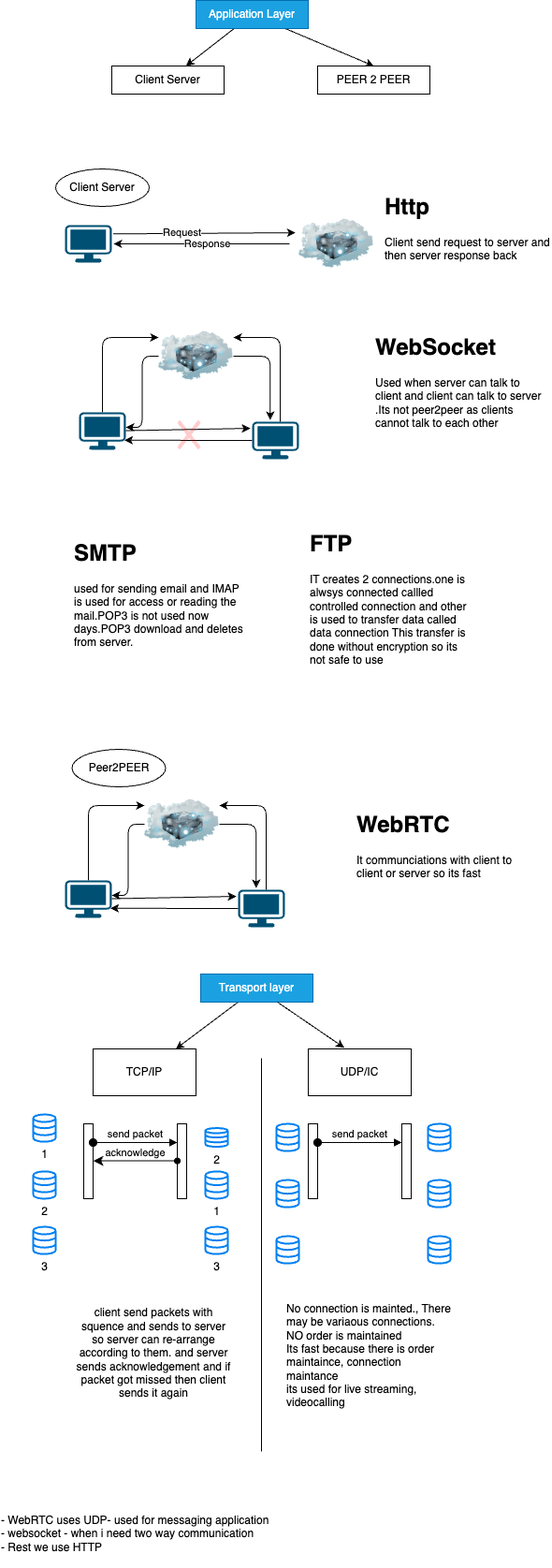
Before: drawio/HLD/networklayer.drawio.png, a diagram exported from draw.io (vishalguptahmh/programmingInterviewQuestions). Source tidied: cells renumbered, new cells last; positions are measured from the earlier drawing's top-left corner, leaving out a move shared by most shapes.
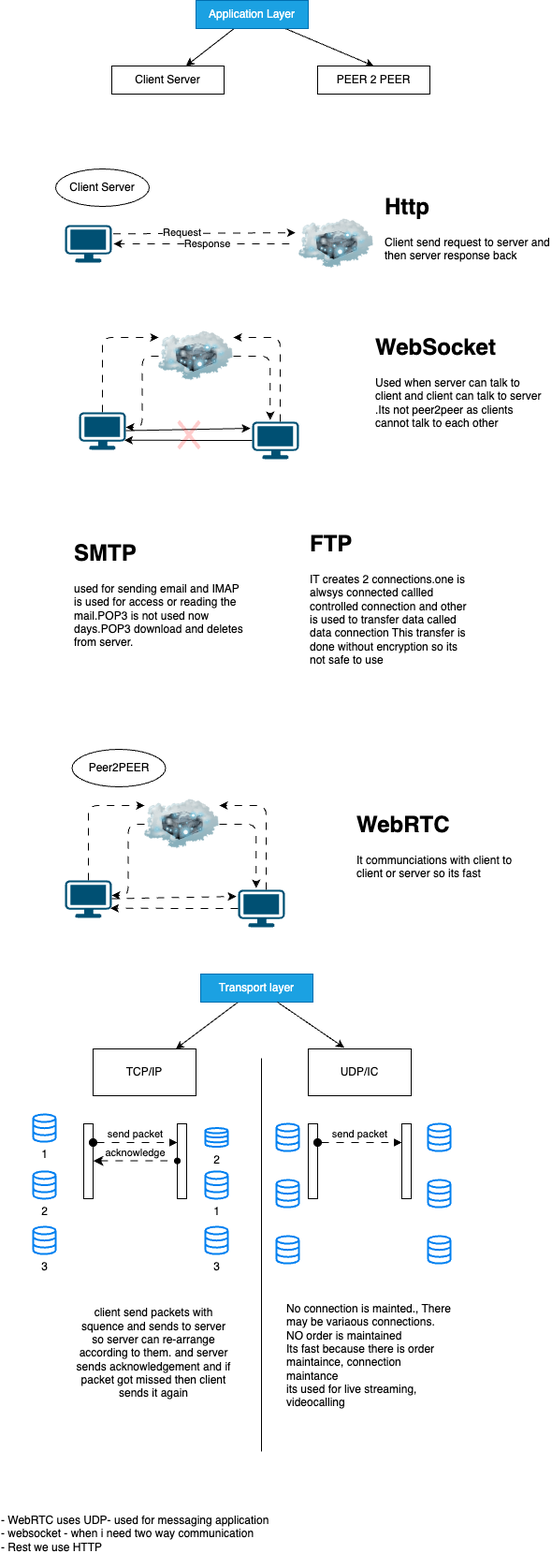
Above is the later version.

Commit message:
system flow

The edit, as a diff of the source:
```diff
@@ -8,13 +8,13 @@
     <mxCell id="3" style="image;html=1;image=img/lib/clip_art/networking/Cloud_Server_128x128.png;" parent="1" vertex="1">
       <mxGeometry x="320" y="220" width="80" height="80" as="geometry" />
     </mxCell>
-    <mxCell id="4" style="edgeStyle=none;html=1;entryX=-0.045;entryY=0.351;entryDx=0;entryDy=0;exitX=1.031;exitY=0.234;exitDx=0;exitDy=0;exitPerimeter=0;entryPerimeter=0;" parent="1" edge="1" source="2" target="3">
+    <mxCell id="4" style="edgeStyle=none;html=1;entryX=-0.045;entryY=0.351;entryDx=0;entryDy=0;exitX=1.031;exitY=0.234;exitDx=0;exitDy=0;exitPerimeter=0;entryPerimeter=0;flowAnimation=1;" parent="1" edge="1" source="2" target="3">
       <mxGeometry relative="1" as="geometry" />
     </mxCell>
     <mxCell id="5" value="Request" style="edgeLabel;html=1;align=center;verticalAlign=middle;" parent="4" vertex="1">
       <mxGeometry x="-0.25" y="1" relative="1" as="geometry" />
     </mxCell>
-    <mxCell id="6" style="edgeStyle=none;html=1;" parent="1" edge="1">
+    <mxCell id="6" style="edgeStyle=none;html=1;flowAnimation=1;" parent="1" edge="1">
       <mxGeometry relative="1" as="geometry">
         <mxPoint x="310" y="260" as="sourcePoint" />
         <mxPoint x="122" y="260" as="targetPoint" />
@@ -26,13 +26,13 @@
     <mxCell id="8" value="Client Server" style="ellipse;whiteSpace=wrap;html=1;align=center;newEdgeStyle={&quot;edgeStyle&quot;:&quot;entityRelationEdgeStyle&quot;,&quot;startArrow&quot;:&quot;none&quot;,&quot;endArrow&quot;:&quot;none&quot;,&quot;segment&quot;:10,&quot;curved&quot;:1,&quot;sourcePerimeterSpacing&quot;:0,&quot;targetPerimeterSpacing&quot;:0};" parent="1" vertex="1">
       <mxGeometry x="60" y="180" width="100" height="40" as="geometry" />
     </mxCell>
-    <mxCell id="9" style="edgeStyle=orthogonalEdgeStyle;html=1;entryX=0;entryY=0.25;entryDx=0;entryDy=0;exitX=0.5;exitY=0;exitDx=0;exitDy=0;exitPerimeter=0;" parent="1" edge="1" source="10" target="12">
+    <mxCell id="9" style="edgeStyle=orthogonalEdgeStyle;html=1;entryX=0;entryY=0.25;entryDx=0;entryDy=0;exitX=0.5;exitY=0;exitDx=0;exitDy=0;exitPerimeter=0;flowAnimation=1;" parent="1" edge="1" source="10" target="12">
       <mxGeometry relative="1" as="geometry" />
     </mxCell>
     <mxCell id="10" style="points=[[0.03,0.03,0],[0.5,0,0],[0.97,0.03,0],[1,0.4,0],[0.97,0.745,0],[0.5,1,0],[0.03,0.745,0],[0,0.4,0]];verticalLabelPosition=bottom;sketch=0;html=1;verticalAlign=top;align=center;shape=mxgraph.cisco19.workstation;fillColor=#005073;strokeColor=none;" parent="1" vertex="1">
       <mxGeometry x="85" y="440" width="50" height="40" as="geometry" />
     </mxCell>
-    <mxCell id="11" style="edgeStyle=orthogonalEdgeStyle;html=1;entryX=1;entryY=0.4;entryDx=0;entryDy=0;entryPerimeter=0;" parent="1" edge="1" source="12" target="10">
+    <mxCell id="11" style="edgeStyle=orthogonalEdgeStyle;html=1;entryX=1;entryY=0.4;entryDx=0;entryDy=0;entryPerimeter=0;flowAnimation=1;" parent="1" edge="1" source="12" target="10">
       <mxGeometry relative="1" as="geometry" />
     </mxCell>
     <mxCell id="12" style="image;html=1;image=img/lib/clip_art/networking/Cloud_Server_128x128.png;" parent="1" vertex="1">
@@ -47,10 +47,10 @@
     <mxCell id="15" style="points=[[0.03,0.03,0],[0.5,0,0],[0.97,0.03,0],[1,0.4,0],[0.97,0.745,0],[0.5,1,0],[0.03,0.745,0],[0,0.4,0]];verticalLabelPosition=bottom;sketch=0;html=1;verticalAlign=top;align=center;shape=mxgraph.cisco19.workstation;fillColor=#005073;strokeColor=none;" parent="1" vertex="1">
       <mxGeometry x="270" y="450" width="50" height="40" as="geometry" />
     </mxCell>
-    <mxCell id="16" style="edgeStyle=orthogonalEdgeStyle;html=1;entryX=1;entryY=0.25;entryDx=0;entryDy=0;exitX=0.6;exitY=0;exitDx=0;exitDy=0;exitPerimeter=0;" parent="1" edge="1" source="15" target="12">
+    <mxCell id="16" style="edgeStyle=orthogonalEdgeStyle;html=1;entryX=1;entryY=0.25;entryDx=0;entryDy=0;exitX=0.6;exitY=0;exitDx=0;exitDy=0;exitPerimeter=0;flowAnimation=1;" parent="1" edge="1" source="15" target="12">
       <mxGeometry relative="1" as="geometry" />
     </mxCell>
-    <mxCell id="17" style="edgeStyle=orthogonalEdgeStyle;html=1;entryX=0.386;entryY=-0.048;entryDx=0;entryDy=0;entryPerimeter=0;" parent="1" edge="1" source="12" target="15">
+    <mxCell id="17" style="edgeStyle=orthogonalEdgeStyle;html=1;entryX=0.386;entryY=-0.048;entryDx=0;entryDy=0;entryPerimeter=0;flowAnimation=1;" parent="1" edge="1" source="12" target="15">
       <mxGeometry relative="1" as="geometry" />
     </mxCell>
     <mxCell id="18" style="edgeStyle=none;html=1;entryX=-0.04;entryY=0.177;entryDx=0;entryDy=0;entryPerimeter=0;" parent="1" edge="1" source="10" target="15">
@@ -68,13 +68,13 @@
     <mxCell id="22" value="&lt;h1 style=&quot;margin-top: 0px;&quot;&gt;FTP&lt;/h1&gt;&lt;p&gt;IT creates 2 connections.one is alwsys connected callled controlled connection and other is used to transfer data called data connection This transfer is done without encryption so its not safe to use&lt;/p&gt;" style="text;html=1;whiteSpace=wrap;overflow=hidden;rounded=0;" parent="1" vertex="1">
       <mxGeometry x="330" y="560" width="180" height="190" as="geometry" />
     </mxCell>
-    <mxCell id="23" style="edgeStyle=orthogonalEdgeStyle;html=1;entryX=0;entryY=0.25;entryDx=0;entryDy=0;exitX=0.5;exitY=0;exitDx=0;exitDy=0;exitPerimeter=0;" parent="1" edge="1" source="24" target="26">
+    <mxCell id="23" style="edgeStyle=orthogonalEdgeStyle;html=1;entryX=0;entryY=0.25;entryDx=0;entryDy=0;exitX=0.5;exitY=0;exitDx=0;exitDy=0;exitPerimeter=0;flowAnimation=1;" parent="1" edge="1" source="24" target="26">
       <mxGeometry relative="1" as="geometry" />
     </mxCell>
     <mxCell id="24" style="points=[[0.03,0.03,0],[0.5,0,0],[0.97,0.03,0],[1,0.4,0],[0.97,0.745,0],[0.5,1,0],[0.03,0.745,0],[0,0.4,0]];verticalLabelPosition=bottom;sketch=0;html=1;verticalAlign=top;align=center;shape=mxgraph.cisco19.workstation;fillColor=#005073;strokeColor=none;" parent="1" vertex="1">
       <mxGeometry x="70" y="940" width="50" height="40" as="geometry" />
     </mxCell>
-    <mxCell id="25" style="edgeStyle=orthogonalEdgeStyle;html=1;entryX=1;entryY=0.4;entryDx=0;entryDy=0;entryPerimeter=0;" parent="1" edge="1" source="26" target="24">
+    <mxCell id="25" style="edgeStyle=orthogonalEdgeStyle;html=1;entryX=1;entryY=0.4;entryDx=0;entryDy=0;entryPerimeter=0;flowAnimation=1;" parent="1" edge="1" source="26" target="24">
       <mxGeometry relative="1" as="geometry" />
     </mxCell>
     <mxCell id="26" style="image;html=1;image=img/lib/clip_art/networking/Cloud_Server_128x128.png;" parent="1" vertex="1">
@@ -83,16 +83,16 @@
     <mxCell id="27" style="points=[[0.03,0.03,0],[0.5,0,0],[0.97,0.03,0],[1,0.4,0],[0.97,0.745,0],[0.5,1,0],[0.03,0.745,0],[0,0.4,0]];verticalLabelPosition=bottom;sketch=0;html=1;verticalAlign=top;align=center;shape=mxgraph.cisco19.workstation;fillColor=#005073;strokeColor=none;" parent="1" vertex="1">
       <mxGeometry x="255" y="950" width="50" height="40" as="geometry" />
     </mxCell>
-    <mxCell id="28" style="edgeStyle=orthogonalEdgeStyle;html=1;entryX=1;entryY=0.25;entryDx=0;entryDy=0;exitX=0.6;exitY=0;exitDx=0;exitDy=0;exitPerimeter=0;" parent="1" edge="1" source="27" target="26">
+    <mxCell id="28" style="edgeStyle=orthogonalEdgeStyle;html=1;entryX=1;entryY=0.25;entryDx=0;entryDy=0;exitX=0.6;exitY=0;exitDx=0;exitDy=0;exitPerimeter=0;flowAnimation=1;" parent="1" edge="1" source="27" target="26">
       <mxGeometry relative="1" as="geometry" />
     </mxCell>
-    <mxCell id="29" style="edgeStyle=orthogonalEdgeStyle;html=1;entryX=0.386;entryY=-0.048;entryDx=0;entryDy=0;entryPerimeter=0;" parent="1" edge="1" source="26" target="27">
+    <mxCell id="29" style="edgeStyle=orthogonalEdgeStyle;html=1;entryX=0.386;entryY=-0.048;entryDx=0;entryDy=0;entryPerimeter=0;flowAnimation=1;" parent="1" edge="1" source="26" target="27">
       <mxGeometry relative="1" as="geometry" />
     </mxCell>
-    <mxCell id="30" style="edgeStyle=none;html=1;entryX=-0.04;entryY=0.177;entryDx=0;entryDy=0;entryPerimeter=0;" parent="1" edge="1" source="24" target="27">
+    <mxCell id="30" style="edgeStyle=none;html=1;entryX=-0.04;entryY=0.177;entryDx=0;entryDy=0;entryPerimeter=0;flowAnimation=1;" parent="1" edge="1" source="24" target="27">
       <mxGeometry relative="1" as="geometry" />
     </mxCell>
-    <mxCell id="31" style="edgeStyle=none;html=1;entryX=0.97;entryY=0.745;entryDx=0;entryDy=0;entryPerimeter=0;" parent="1" edge="1" source="27" target="24">
+    <mxCell id="31" style="edgeStyle=none;html=1;entryX=0.97;entryY=0.745;entryDx=0;entryDy=0;entryPerimeter=0;flowAnimation=1;" parent="1" edge="1" source="27" target="24">
       <mxGeometry relative="1" as="geometry" />
     </mxCell>
     <mxCell id="32" value="Peer2PEER" style="ellipse;whiteSpace=wrap;html=1;align=center;newEdgeStyle={&quot;edgeStyle&quot;:&quot;entityRelationEdgeStyle&quot;,&quot;startArrow&quot;:&quot;none&quot;,&quot;endArrow&quot;:&quot;none&quot;,&quot;segment&quot;:10,&quot;curved&quot;:1,&quot;sourcePerimeterSpacing&quot;:0,&quot;targetPerimeterSpacing&quot;:0};" parent="1" vertex="1">
@@ -113,12 +113,12 @@
     <mxCell id="37" style="html=1;perimeter=orthogonalPerimeter;targetShapes=umlLifeline;newEdgeStyle={&quot;curved&quot;:0,&quot;rounded&quot;:0};" parent="1" vertex="1">
       <mxGeometry x="90" y="1200" width="10" height="80" as="geometry" />
     </mxCell>
-    <mxCell id="38" value="send packet" style="html=1;verticalAlign=bottom;startArrow=oval;startFill=1;endArrow=block;startSize=8;curved=0;rounded=0;" parent="1" edge="1" target="36">
+    <mxCell id="38" value="send packet" style="html=1;verticalAlign=bottom;startArrow=oval;startFill=1;endArrow=block;startSize=8;curved=0;rounded=0;flowAnimation=1;" parent="1" edge="1" target="36">
       <mxGeometry relative="1" as="geometry">
         <mxPoint x="100" y="1220" as="sourcePoint" />
       </mxGeometry>
     </mxCell>
-    <mxCell id="39" value="acknowledge" style="html=1;verticalAlign=bottom;startArrow=classic;startFill=1;endArrow=oval;startSize=8;curved=0;rounded=0;endFill=1;" parent="1" edge="1">
+    <mxCell id="39" value="acknowledge" style="html=1;verticalAlign=bottom;startArrow=classic;startFill=1;endArrow=oval;startSize=8;curved=0;rounded=0;endFill=1;flowAnimation=1;" parent="1" edge="1">
       <mxGeometry relative="1" as="geometry">
         <mxPoint x="100" y="1239.6" as="sourcePoint" />
         <mxPoint x="190" y="1239.6" as="targetPoint" />
@@ -130,7 +130,7 @@
     <mxCell id="41" style="html=1;perimeter=orthogonalPerimeter;targetShapes=umlLifeline;newEdgeStyle={&quot;curved&quot;:0,&quot;rounded&quot;:0};" parent="1" vertex="1">
       <mxGeometry x="330" y="1200" width="10" height="80" as="geometry" />
     </mxCell>
-    <mxCell id="42" value="send packet" style="html=1;verticalAlign=bottom;startArrow=oval;startFill=1;endArrow=block;startSize=8;curved=0;rounded=0;" parent="1" edge="1" target="40">
+    <mxCell id="42" value="send packet" style="html=1;verticalAlign=bottom;startArrow=oval;startFill=1;endArrow=block;startSize=8;curved=0;rounded=0;flowAnimation=1;" parent="1" edge="1" target="40">
       <mxGeometry relative="1" as="geometry">
         <mxPoint x="340" y="1220" as="sourcePoint" />
       </mxGeometry>
```
